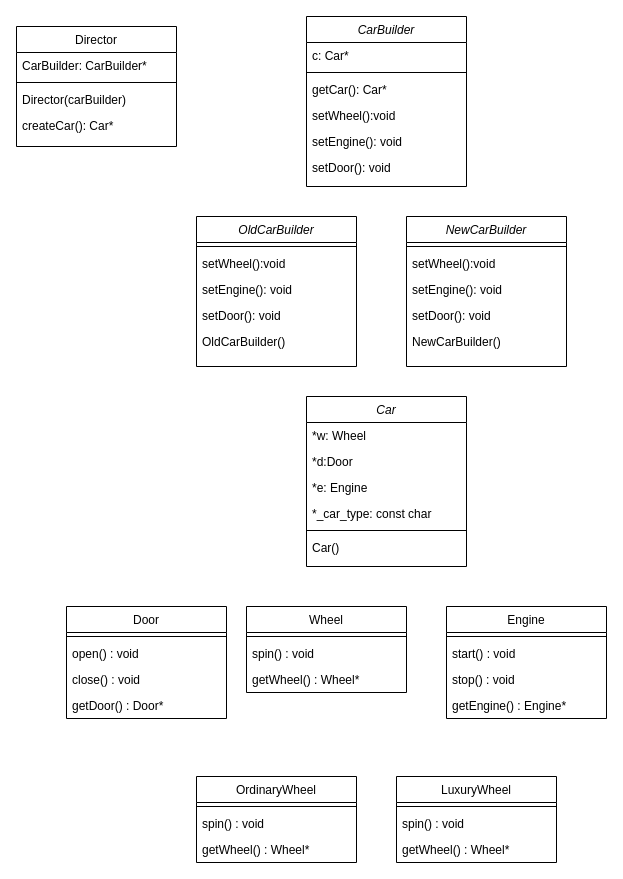
Earlier version of the draw.io diagram Builder.drawio (sachinpalande/Design-Patterns). Source tidied: cells renumbered, new cells numbered last; positions are measured from the earlier drawing's top-left corner, leaving out a move shared by most shapes. Both pictures are drawn from the tidied source at 100%, with x=0, y=0 at pixel (16, 16).
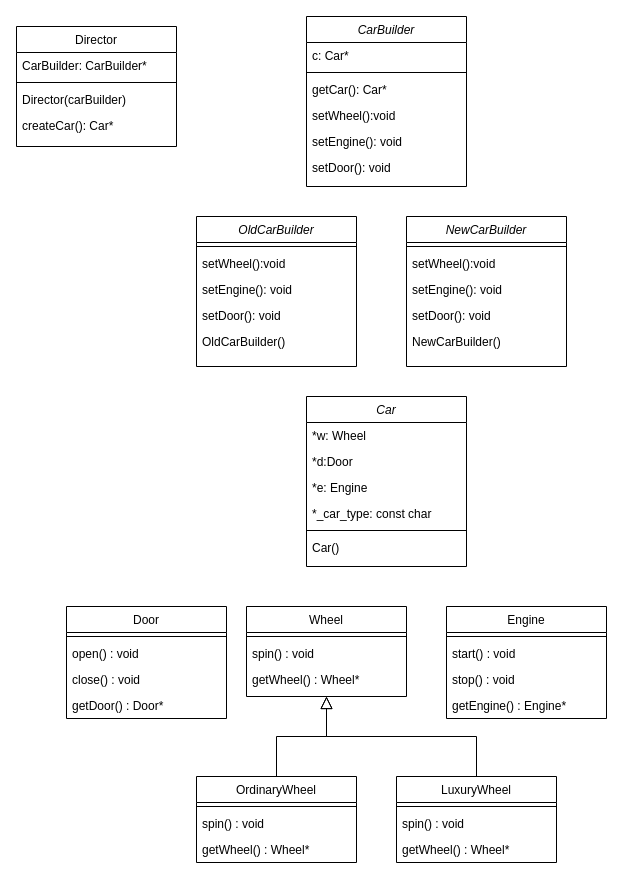
The same page after the edit.

Unchanged cells that the change refers to:
```xml
<mxCell id="17" value="getWheel() : Wheel*" style="text;align=left;verticalAlign=top;spacingLeft=4;spacingRight=4;overflow=hidden;points=[[0,0.5],[1,0.5]];portConstraint=eastwest;" parent="14" vertex="1">
  <mxGeometry y="60" width="160" height="26" as="geometry" />
</mxCell>
<mxCell id="18" value="LuxuryWheel" style="swimlane;fontStyle=0;align=center;verticalAlign=top;horizontal=1;startSize=26;rounded=0;shadow=0;strokeWidth=1;" parent="1" vertex="1">
  <mxGeometry x="380" y="760" width="160" height="86" as="geometry" />
</mxCell>
<mxCell id="22" value="OrdinaryWheel" style="swimlane;fontStyle=0;align=center;verticalAlign=top;horizontal=1;startSize=26;rounded=0;shadow=0;strokeWidth=1;" parent="1" vertex="1">
  <mxGeometry x="180" y="760" width="160" height="86" as="geometry" />
</mxCell>
```

The edit, as a diff of the source:
```diff
@@
     <mxCell id="14" value="Wheel" style="swimlane;fontStyle=0;align=center;verticalAlign=top;horizontal=1;startSize=26;rounded=0;shadow=0;strokeWidth=1;" parent="1" vertex="1">
-      <mxGeometry x="230" y="590" width="160" height="86" as="geometry" />
+      <mxGeometry x="230" y="590" width="160" height="90" as="geometry" />
     </mxCell>
@@
+    <mxCell id="55" style="endArrow=block;endSize=10;endFill=0;shadow=0;strokeWidth=1;rounded=0;edgeStyle=elbowEdgeStyle;elbow=vertical;exitX=0.5;exitY=0;exitDx=0;exitDy=0;entryX=0.5;entryY=1.154;entryDx=0;entryDy=0;entryPerimeter=0;" parent="1" edge="1" source="22" target="17">
+      <mxGeometry relative="1" as="geometry" />
+    </mxCell>
+    <mxCell id="56" style="endArrow=block;endSize=10;endFill=0;shadow=0;strokeWidth=1;rounded=0;edgeStyle=elbowEdgeStyle;elbow=vertical;exitX=0.5;exitY=0;exitDx=0;exitDy=0;" parent="1" edge="1" source="18">
+      <mxGeometry relative="1" as="geometry">
+        <mxPoint x="310" y="680" as="targetPoint" />
+      </mxGeometry>
+    </mxCell>
```
